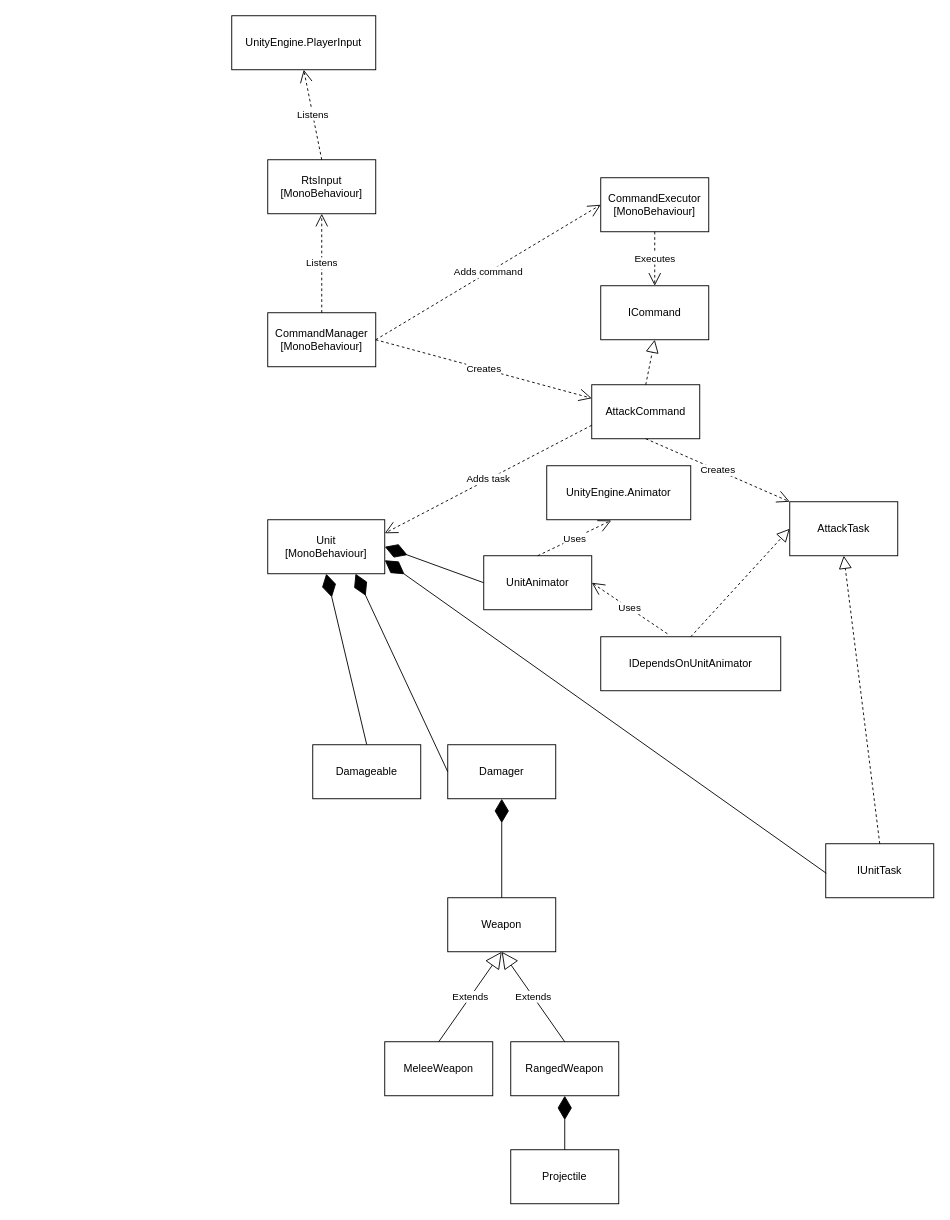
Earlier version of the draw.io diagram Documentation/rts.drawio (anvemaha/rts-game). Source tidied: cells renumbered, new cells numbered last; positions are measured from the earlier drawing's top-left corner, leaving out a move shared by most shapes. Both pictures are drawn from the tidied source at 90%, with x=0, y=0 at pixel (231, 15).
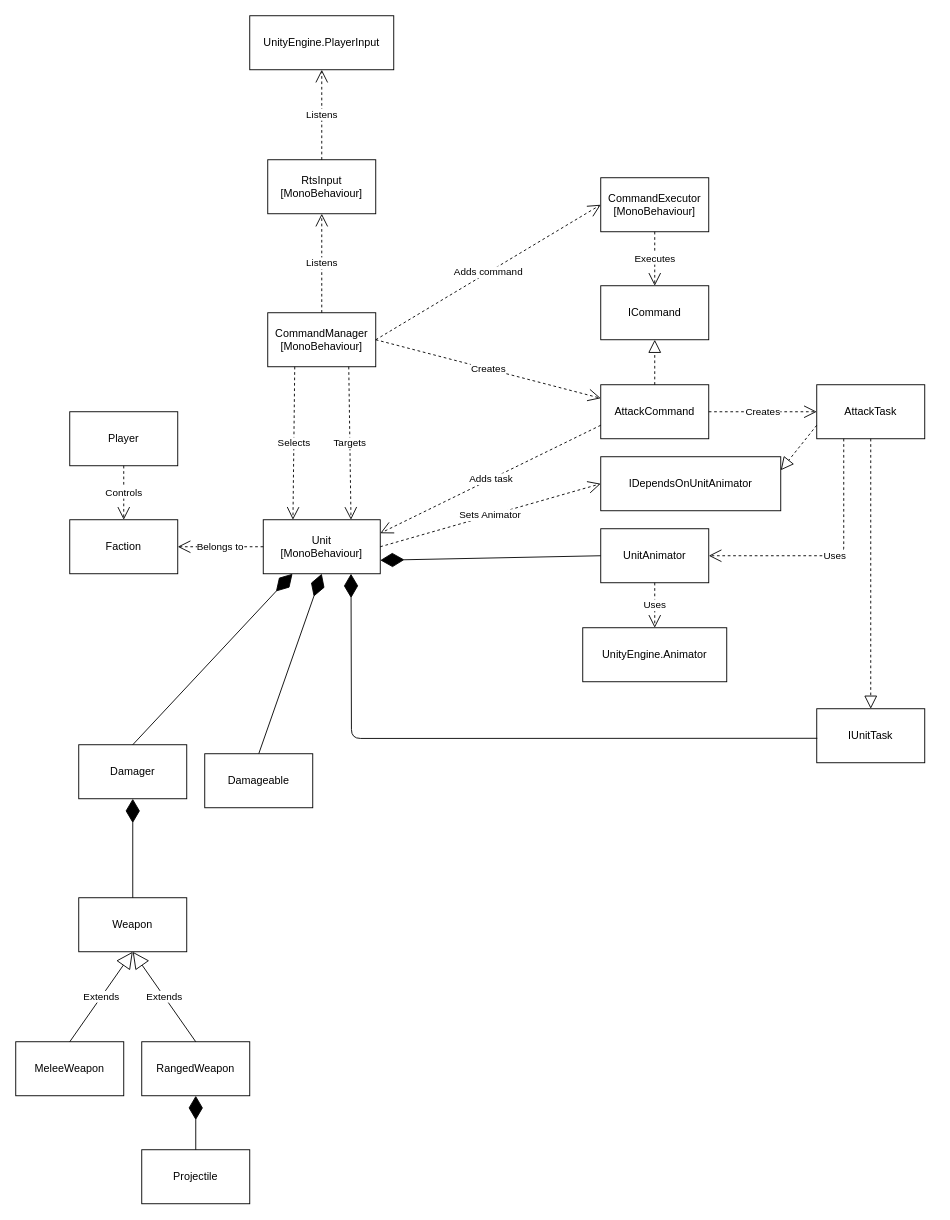
After the change.

The change refers to these unchanged cells:
```xml
<mxCell id="16" value="CommandManager&lt;br&gt;[MonoBehaviour]" style="rounded=0;whiteSpace=wrap;html=1;" parent="1" vertex="1">
  <mxGeometry x="40" y="330" width="120" height="60" as="geometry" />
</mxCell>
```

What changed in the source:
```diff
@@
     <mxCell id="3" value="Damageable" style="rounded=0;whiteSpace=wrap;html=1;" parent="1" vertex="1">
-      <mxGeometry x="90" y="810" width="120" height="60" as="geometry" />
+      <mxGeometry x="-30" y="820" width="120" height="60" as="geometry" />
     </mxCell>
     <mxCell id="4" value="Unit&lt;br&gt;[MonoBehaviour]" style="rounded=0;whiteSpace=wrap;html=1;" parent="1" vertex="1">
-      <mxGeometry x="40" y="560" width="130" height="60" as="geometry" />
+      <mxGeometry x="35" y="560" width="130" height="60" as="geometry" />
     </mxCell>
     <mxCell id="5" value="Damager" style="rounded=0;whiteSpace=wrap;html=1;" parent="1" vertex="1">
-      <mxGeometry x="240" y="810" width="120" height="60" as="geometry" />
+      <mxGeometry x="-170" y="810" width="120" height="60" as="geometry" />
     </mxCell>
     <mxCell id="6" value="MeleeWeapon" style="rounded=0;whiteSpace=wrap;html=1;" parent="1" vertex="1">
-      <mxGeometry x="170" y="1140" width="120" height="60" as="geometry" />
+      <mxGeometry x="-240" y="1140" width="120" height="60" as="geometry" />
     </mxCell>
     <mxCell id="7" value="RangedWeapon" style="rounded=0;whiteSpace=wrap;html=1;" parent="1" vertex="1">
-      <mxGeometry x="310" y="1140" width="120" height="60" as="geometry" />
+      <mxGeometry x="-100" y="1140" width="120" height="60" as="geometry" />
     </mxCell>
     <mxCell id="8" value="Projectile" style="rounded=0;whiteSpace=wrap;html=1;" parent="1" vertex="1">
-      <mxGeometry x="310" y="1260" width="120" height="60" as="geometry" />
+      <mxGeometry x="-100" y="1260" width="120" height="60" as="geometry" />
     </mxCell>
     <mxCell id="9" value="Weapon" style="rounded=0;whiteSpace=wrap;html=1;" parent="1" vertex="1">
-      <mxGeometry x="240" y="980" width="120" height="60" as="geometry" />
+      <mxGeometry x="-170" y="980" width="120" height="60" as="geometry" />
     </mxCell>
@@
-    <mxCell id="14" style="endArrow=diamondThin;endFill=1;endSize=24;html=1;entryX=0.75;entryY=1;entryDx=0;entryDy=0;exitX=0;exitY=0.5;exitDx=0;exitDy=0;" parent="1" edge="1" source="5" target="4">
+    <mxCell id="14" style="endArrow=diamondThin;endFill=1;endSize=24;html=1;entryX=0.25;entryY=1;entryDx=0;entryDy=0;exitX=0.5;exitY=0;exitDx=0;exitDy=0;" parent="1" edge="1" source="5" target="4">
       <mxGeometry relative="1" as="geometry" />
     </mxCell>
@@
     <mxCell id="18" value="AttackCommand" style="rounded=0;whiteSpace=wrap;html=1;" parent="1" vertex="1">
-      <mxGeometry x="400" y="410" width="120" height="60" as="geometry" />
+      <mxGeometry x="410" y="410" width="120" height="60" as="geometry" />
     </mxCell>
@@
     <mxCell id="25" value="UnityEngine.PlayerInput" style="rounded=0;whiteSpace=wrap;html=1;" parent="1" vertex="1">
-      <mxGeometry width="160" height="60" as="geometry" />
+      <mxGeometry x="20" width="160" height="60" as="geometry" />
     </mxCell>
@@
-    <mxCell id="27" value="Creates" style="endArrow=open;endSize=12;dashed=1;html=1;strokeColor=#000000;exitX=0.5;exitY=1;exitDx=0;exitDy=0;entryX=0;entryY=0;entryDx=0;entryDy=0;" parent="1" edge="1" source="18" target="28">
+    <mxCell id="27" value="Creates" style="endArrow=open;endSize=12;dashed=1;html=1;strokeColor=#000000;exitX=1;exitY=0.5;exitDx=0;exitDy=0;entryX=0;entryY=0.5;entryDx=0;entryDy=0;" parent="1" edge="1" source="18" target="28">
       <mxGeometry relative="1" as="geometry" />
     </mxCell>
     <mxCell id="28" value="AttackTask" style="rounded=0;whiteSpace=wrap;html=1;" parent="1" vertex="1">
-      <mxGeometry x="620" y="540" width="120" height="60" as="geometry" />
+      <mxGeometry x="650" y="410" width="120" height="60" as="geometry" />
     </mxCell>
@@
     <mxCell id="30" value="IUnitTask" style="rounded=0;whiteSpace=wrap;html=1;" parent="1" vertex="1">
-      <mxGeometry x="660" y="920" width="120" height="60" as="geometry" />
+      <mxGeometry x="650" y="770" width="120" height="60" as="geometry" />
     </mxCell>
-    <mxCell id="31" style="endArrow=block;dashed=1;endFill=0;endSize=12;html=1;strokeColor=#000000;entryX=0.5;entryY=1;entryDx=0;entryDy=0;exitX=0.5;exitY=0;exitDx=0;exitDy=0;" parent="1" edge="1" source="30" target="28">
+    <mxCell id="31" style="endArrow=block;dashed=1;endFill=0;endSize=12;html=1;strokeColor=#000000;exitX=0.5;exitY=1;exitDx=0;exitDy=0;entryX=0.5;entryY=0;entryDx=0;entryDy=0;" parent="1" edge="1" source="28" target="30">
       <mxGeometry relative="1" as="geometry" />
     </mxCell>
-    <mxCell id="32" style="endArrow=diamondThin;endFill=1;endSize=24;html=1;entryX=1;entryY=0.75;entryDx=0;entryDy=0;exitX=0.005;exitY=0.547;exitDx=0;exitDy=0;exitPerimeter=0;" parent="1" edge="1" source="30" target="4">
-      <mxGeometry relative="1" as="geometry" />
+    <mxCell id="32" style="endArrow=diamondThin;endFill=1;endSize=24;html=1;entryX=0.75;entryY=1;entryDx=0;entryDy=0;exitX=0.005;exitY=0.547;exitDx=0;exitDy=0;exitPerimeter=0;" parent="1" edge="1" source="30" target="4">
+      <mxGeometry relative="1" as="geometry">
+        <Array as="points">
+          <mxPoint x="133" y="803" />
+        </Array>
+      </mxGeometry>
     </mxCell>
     <mxCell id="33" value="UnitAnimator" style="rounded=0;whiteSpace=wrap;html=1;" parent="1" vertex="1">
-      <mxGeometry x="280" y="600" width="120" height="60" as="geometry" />
+      <mxGeometry x="410" y="570" width="120" height="60" as="geometry" />
     </mxCell>
-    <mxCell id="34" style="endArrow=diamondThin;endFill=1;endSize=24;html=1;exitX=0;exitY=0.5;exitDx=0;exitDy=0;entryX=1;entryY=0.5;entryDx=0;entryDy=0;" parent="1" edge="1" source="33" target="4">
+    <mxCell id="34" style="endArrow=diamondThin;endFill=1;endSize=24;html=1;exitX=0;exitY=0.5;exitDx=0;exitDy=0;entryX=1;entryY=0.75;entryDx=0;entryDy=0;" parent="1" edge="1" source="33" target="4">
       <mxGeometry relative="1" as="geometry" />
     </mxCell>
     <mxCell id="35" value="IDependsOnUnitAnimator" style="rounded=0;whiteSpace=wrap;html=1;" parent="1" vertex="1">
-      <mxGeometry x="410" y="690" width="200" height="60" as="geometry" />
+      <mxGeometry x="410" y="490" width="200" height="60" as="geometry" />
     </mxCell>
-    <mxCell id="36" style="endArrow=block;dashed=1;endFill=0;endSize=12;html=1;strokeColor=#000000;exitX=0.5;exitY=0;exitDx=0;exitDy=0;entryX=0;entryY=0.5;entryDx=0;entryDy=0;" parent="1" edge="1" source="35" target="28">
+    <mxCell id="36" style="endArrow=block;dashed=1;endFill=0;endSize=12;html=1;strokeColor=#000000;exitX=0;exitY=0.75;exitDx=0;exitDy=0;entryX=1;entryY=0.25;entryDx=0;entryDy=0;" parent="1" edge="1" source="28" target="35">
       <mxGeometry relative="1" as="geometry" />
     </mxCell>
-    <mxCell id="37" value="Uses" style="endArrow=open;endSize=12;dashed=1;html=1;entryX=1;entryY=0.5;entryDx=0;entryDy=0;exitX=0.37;exitY=-0.056;exitDx=0;exitDy=0;exitPerimeter=0;" parent="1" edge="1" source="35" target="33">
-      <mxGeometry relative="1" as="geometry" />
+    <mxCell id="37" value="Uses" style="endArrow=open;endSize=12;dashed=1;html=1;entryX=1;entryY=0.5;entryDx=0;entryDy=0;exitX=0.25;exitY=1;exitDx=0;exitDy=0;" parent="1" edge="1" source="28" target="33">
+      <mxGeometry relative="1" as="geometry">
+        <Array as="points">
+          <mxPoint x="680" y="600" />
+        </Array>
+      </mxGeometry>
     </mxCell>
     <mxCell id="38" value="UnityEngine.Animator" style="rounded=0;whiteSpace=wrap;html=1;" parent="1" vertex="1">
-      <mxGeometry x="350" y="500" width="160" height="60" as="geometry" />
+      <mxGeometry x="390" y="680" width="160" height="60" as="geometry" />
     </mxCell>
-    <mxCell id="39" value="Uses" style="endArrow=open;endSize=12;dashed=1;html=1;strokeColor=#000000;entryX=0.448;entryY=1.013;entryDx=0;entryDy=0;exitX=0.5;exitY=0;exitDx=0;exitDy=0;entryPerimeter=0;" parent="1" edge="1" source="33" target="38">
+    <mxCell id="39" value="Uses" style="endArrow=open;endSize=12;dashed=1;html=1;strokeColor=#000000;entryX=0.5;entryY=0;entryDx=0;entryDy=0;exitX=0.5;exitY=1;exitDx=0;exitDy=0;" parent="1" edge="1" source="33" target="38">
       <mxGeometry relative="1" as="geometry" />
     </mxCell>
+    <mxCell id="40" value="Faction" style="rounded=0;whiteSpace=wrap;html=1;" parent="1" vertex="1">
+      <mxGeometry x="-180" y="560" width="120" height="60" as="geometry" />
+    </mxCell>
+    <mxCell id="41" value="Belongs to" style="endArrow=open;endSize=12;dashed=1;html=1;strokeColor=#000000;exitX=0;exitY=0.5;exitDx=0;exitDy=0;entryX=1;entryY=0.5;entryDx=0;entryDy=0;" parent="1" edge="1" source="4" target="40">
+      <mxGeometry relative="1" as="geometry" />
+    </mxCell>
+    <mxCell id="42" value="Player" style="rounded=0;whiteSpace=wrap;html=1;" parent="1" vertex="1">
+      <mxGeometry x="-180" y="440" width="120" height="60" as="geometry" />
+    </mxCell>
+    <mxCell id="43" value="Controls" style="endArrow=open;endSize=12;dashed=1;html=1;strokeColor=#000000;exitX=0.5;exitY=1;exitDx=0;exitDy=0;entryX=0.5;entryY=0;entryDx=0;entryDy=0;" parent="1" edge="1" source="42" target="40">
+      <mxGeometry relative="1" as="geometry" />
+    </mxCell>
+    <mxCell id="44" value="Selects" style="endArrow=open;endSize=12;dashed=1;html=1;strokeColor=#000000;exitX=0.25;exitY=1;exitDx=0;exitDy=0;" parent="1" edge="1" source="16">
+      <mxGeometry relative="1" as="geometry">
+        <mxPoint x="68" y="560" as="targetPoint" />
+      </mxGeometry>
+    </mxCell>
+    <mxCell id="45" value="Targets" style="endArrow=open;endSize=12;dashed=1;html=1;strokeColor=#000000;exitX=0.75;exitY=1;exitDx=0;exitDy=0;entryX=0.75;entryY=0;entryDx=0;entryDy=0;" parent="1" edge="1" source="16" target="4">
+      <mxGeometry relative="1" as="geometry" />
+    </mxCell>
+    <mxCell id="46" value="Sets Animator" style="endArrow=open;endSize=12;dashed=1;html=1;strokeColor=#000000;exitX=1;exitY=0.5;exitDx=0;exitDy=0;entryX=0;entryY=0.5;entryDx=0;entryDy=0;" parent="1" edge="1" source="4" target="35">
+      <mxGeometry relative="1" as="geometry" />
+    </mxCell>
```
